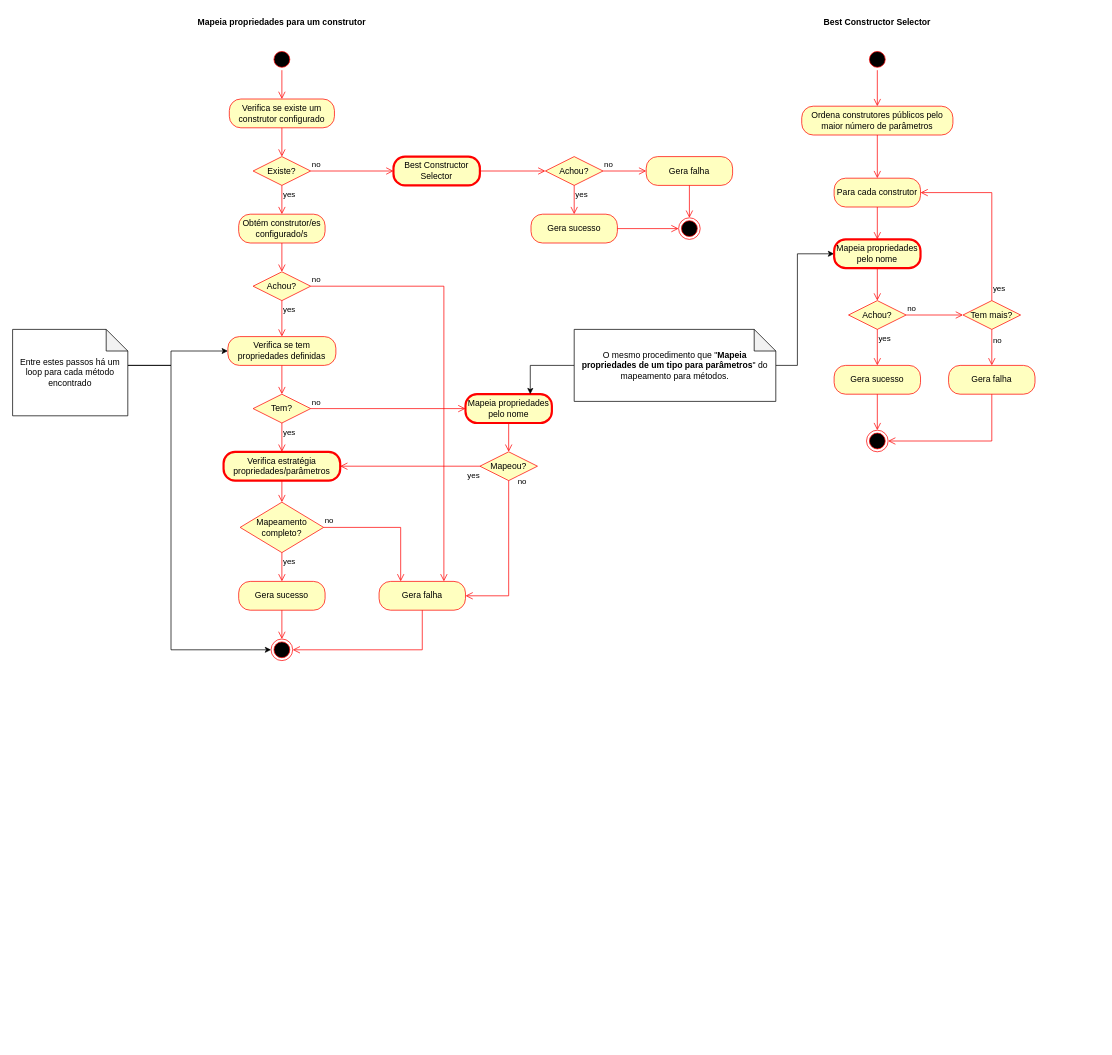
Royal-Code/SmartMapper keeps this draw.io diagram as page "Map To Constructor" (5 of 6) of Diagrams/adapter-flow.drawio. Above is the earlier version. Source tidied: cells renumbered, new cells numbered last; positions are measured from the earlier drawing's top-left corner, leaving out a move shared by most shapes. Both pictures are drawn from the tidied source at 72%, with x=0, y=0 at pixel (12, 12).
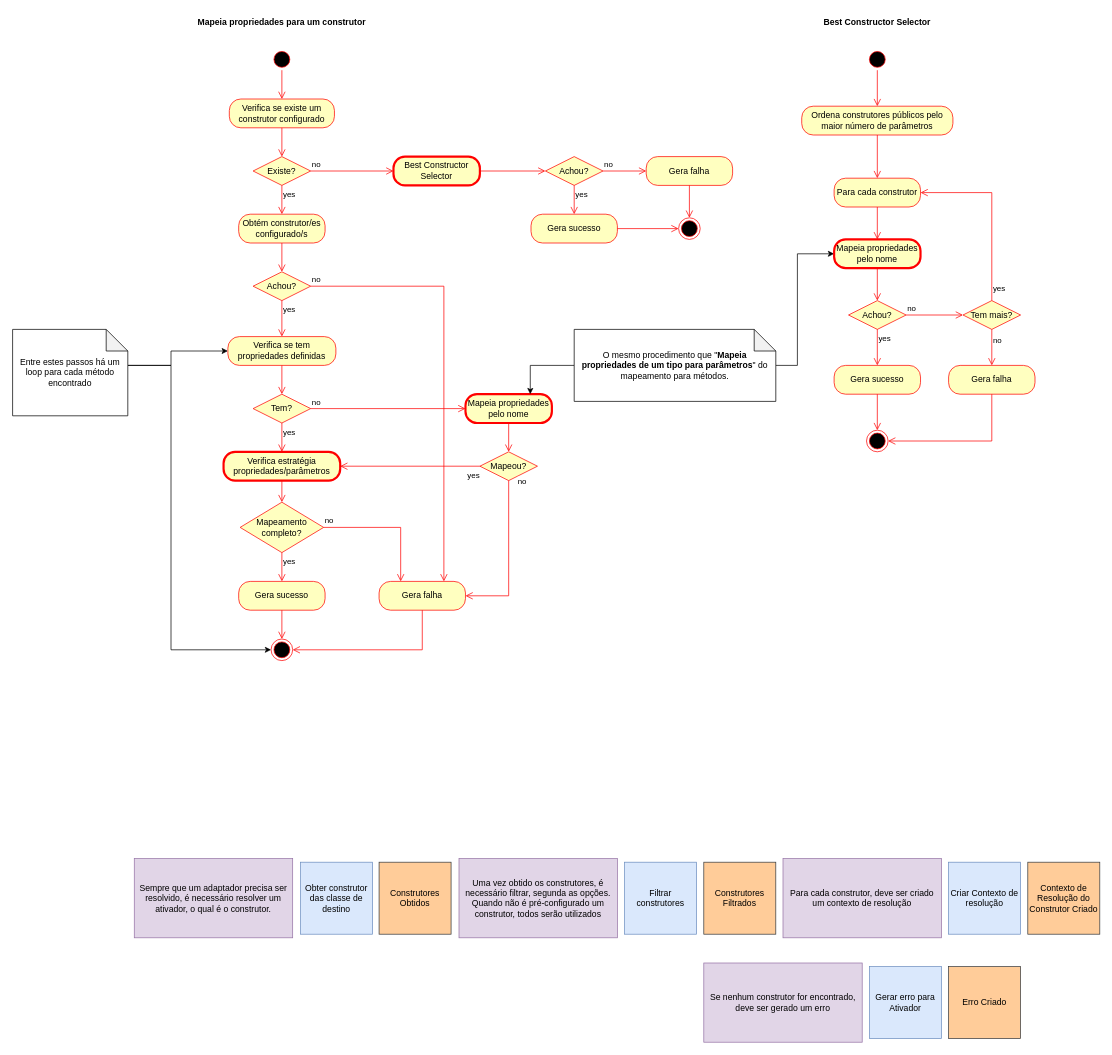
The same page after the edit.

Commit message (it also covers changes not shown here):
Avanço na lógica para resolução

The edit, as a diff of the source:
```diff
@@
+    <mxCell id="71" value="Construtores Obtidos" style="whiteSpace=wrap;html=1;fillColor=#ffcc99;strokeColor=#36393d;" parent="1" vertex="1">
+      <mxGeometry x="509" y="1180" width="100" height="100" as="geometry" />
+    </mxCell>
+    <mxCell id="72" value="Construtores Filtrados" style="whiteSpace=wrap;html=1;fillColor=#ffcc99;strokeColor=#36393d;" parent="1" vertex="1">
+      <mxGeometry x="960" y="1180" width="100" height="100" as="geometry" />
+    </mxCell>
+    <mxCell id="73" value="Contexto de Resolução do Construtor Criado" style="whiteSpace=wrap;html=1;fillColor=#ffcc99;strokeColor=#36393d;" parent="1" vertex="1">
+      <mxGeometry x="1410" y="1180" width="100" height="100" as="geometry" />
+    </mxCell>
+    <mxCell id="74" value="Sempre que um adaptador precisa ser resolvido, é necessário resolver um ativador, o qual é o construtor." style="rounded=0;whiteSpace=wrap;html=1;fillColor=#e1d5e7;strokeColor=#9673a6;" parent="1" vertex="1">
+      <mxGeometry x="169" y="1175" width="220" height="110" as="geometry" />
+    </mxCell>
+    <mxCell id="75" value="Obter construtor das classe de destino" style="whiteSpace=wrap;html=1;fillColor=#dae8fc;strokeColor=#6c8ebf;" parent="1" vertex="1">
+      <mxGeometry x="400" y="1180" width="100" height="100" as="geometry" />
+    </mxCell>
+    <mxCell id="76" value="Uma vez obtido os construtores, é necessário filtrar, segunda as opções. Quando não é pré-configurado um construtor, todos serão utilizados" style="rounded=0;whiteSpace=wrap;html=1;fillColor=#e1d5e7;strokeColor=#9673a6;" parent="1" vertex="1">
+      <mxGeometry x="620" y="1175" width="220" height="110" as="geometry" />
+    </mxCell>
+    <mxCell id="77" value="Filtrar construtores" style="whiteSpace=wrap;html=1;fillColor=#dae8fc;strokeColor=#6c8ebf;" parent="1" vertex="1">
+      <mxGeometry x="850" y="1180" width="100" height="100" as="geometry" />
+    </mxCell>
+    <mxCell id="78" value="Se nenhum construtor for encontrado, deve ser gerado um erro" style="rounded=0;whiteSpace=wrap;html=1;fillColor=#e1d5e7;strokeColor=#9673a6;" parent="1" vertex="1">
+      <mxGeometry x="960" y="1320" width="220" height="110" as="geometry" />
+    </mxCell>
+    <mxCell id="79" value="Gerar erro para Ativador" style="whiteSpace=wrap;html=1;fillColor=#dae8fc;strokeColor=#6c8ebf;" parent="1" vertex="1">
+      <mxGeometry x="1190" y="1325" width="100" height="100" as="geometry" />
+    </mxCell>
+    <mxCell id="80" value="Erro Criado" style="whiteSpace=wrap;html=1;fillColor=#ffcc99;strokeColor=#36393d;" parent="1" vertex="1">
+      <mxGeometry x="1300" y="1325" width="100" height="100" as="geometry" />
+    </mxCell>
+    <mxCell id="81" value="Para cada construtor, deve ser criado um contexto de resolução" style="rounded=0;whiteSpace=wrap;html=1;fillColor=#e1d5e7;strokeColor=#9673a6;" parent="1" vertex="1">
+      <mxGeometry x="1070" y="1175" width="220" height="110" as="geometry" />
+    </mxCell>
+    <mxCell id="82" value="Criar Contexto de resolução" style="whiteSpace=wrap;html=1;fillColor=#dae8fc;strokeColor=#6c8ebf;" parent="1" vertex="1">
+      <mxGeometry x="1300" y="1180" width="100" height="100" as="geometry" />
+    </mxCell>
```
